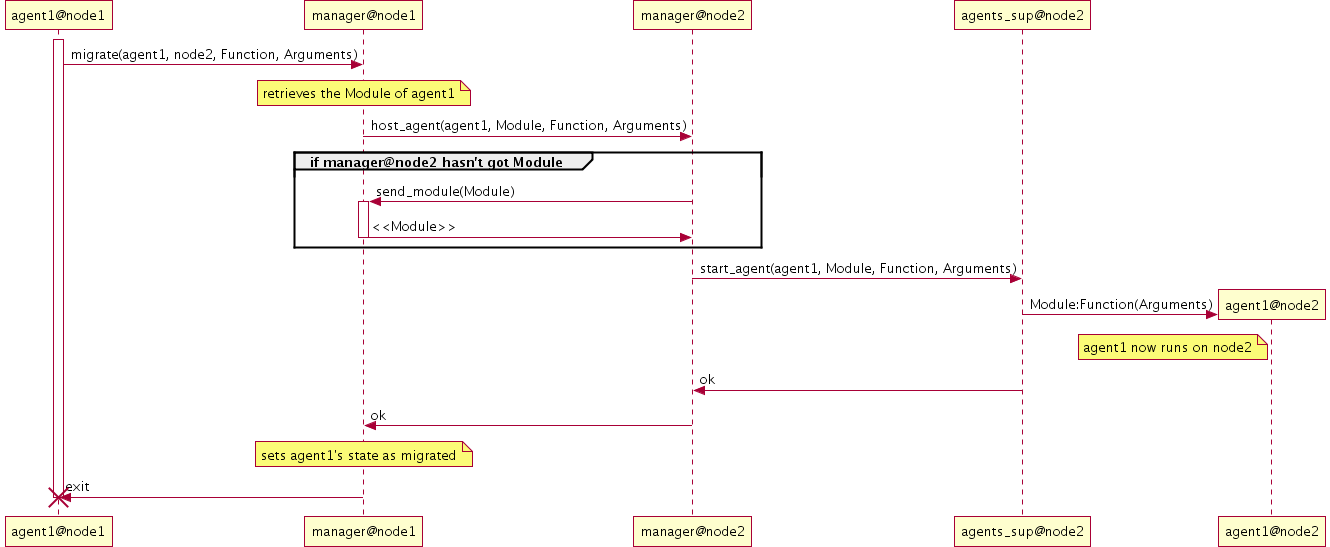
This is doc/img/sequence_migration.png from b3aver/Erlang-Mobile-Agents, a PlantUML export, as it was before one commit.
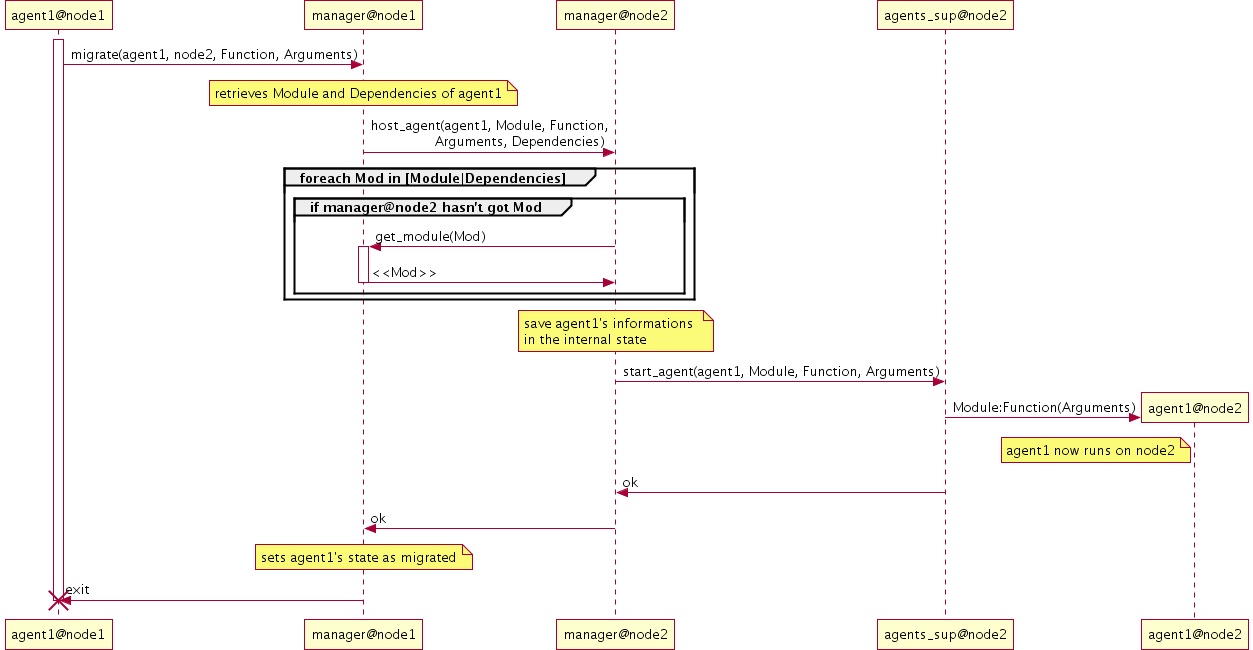
After the change.

Commit message:
In the sequence diagrams planned the agent's dependent modules.

Change to the diagram source:
```diff
@@ -1,14 +1,17 @@
 @startuml img/sequence_migration.png
 activate agent1@node1
 agent1@node1 -> manager@node1: migrate(agent1, node2, Function, Arguments)
-note over manager@node1: retrieves the Module of agent1
-manager@node1 -> manager@node2: host_agent(agent1, Module, Function, Arguments)
-group if manager@node2 hasn't got Module
-  manager@node2 -> manager@node1: send_module(Module)
-  activate manager@node1
-  manager@node1 -> manager@node2: <<Module>>
-  deactivate manager@node1
+note over manager@node1: retrieves Module and Dependencies of agent1
+manager@node1 -> manager@node2: host_agent(agent1, Module, Function,\n                Arguments, Dependencies)
+group foreach Mod in [Module|Dependencies]
+  group if manager@node2 hasn't got Mod
+    manager@node2 -> manager@node1: get_module(Mod)
+    activate manager@node1
+    manager@node1 -> manager@node2: <<Mod>>
+    deactivate manager@node1
+  end
 end
+note over manager@node2: save agent1's informations \nin the internal state
 manager@node2 -> agents_sup@node2: start_agent(agent1, Module, Function, Arguments)
 create agent1@node2
 agents_sup@node2 -> agent1@node2: Module:Function(Arguments)
```
